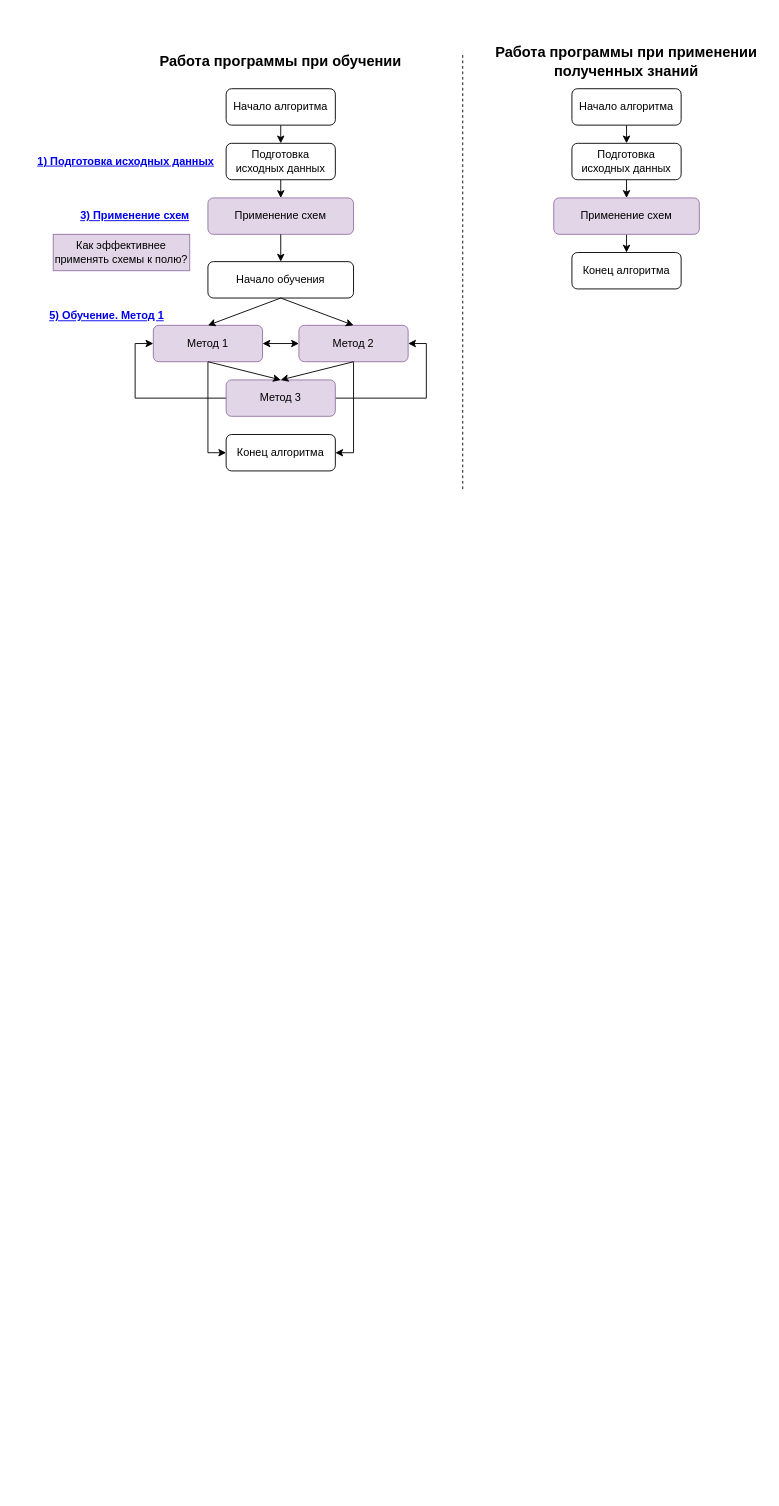
This is page "Блок-схема" (4 of 13) of docs/Сапёр. Описание работы.drawio from xex238/Diploma_2022, a draw.io file, before an edit. Source tidied: cells renumbered, new cells numbered last; positions are measured from the earlier drawing's top-left corner, leaving out a move shared by most shapes. Both pictures are drawn from the tidied source at 91%, with x=0, y=0 at pixel (25, 52).
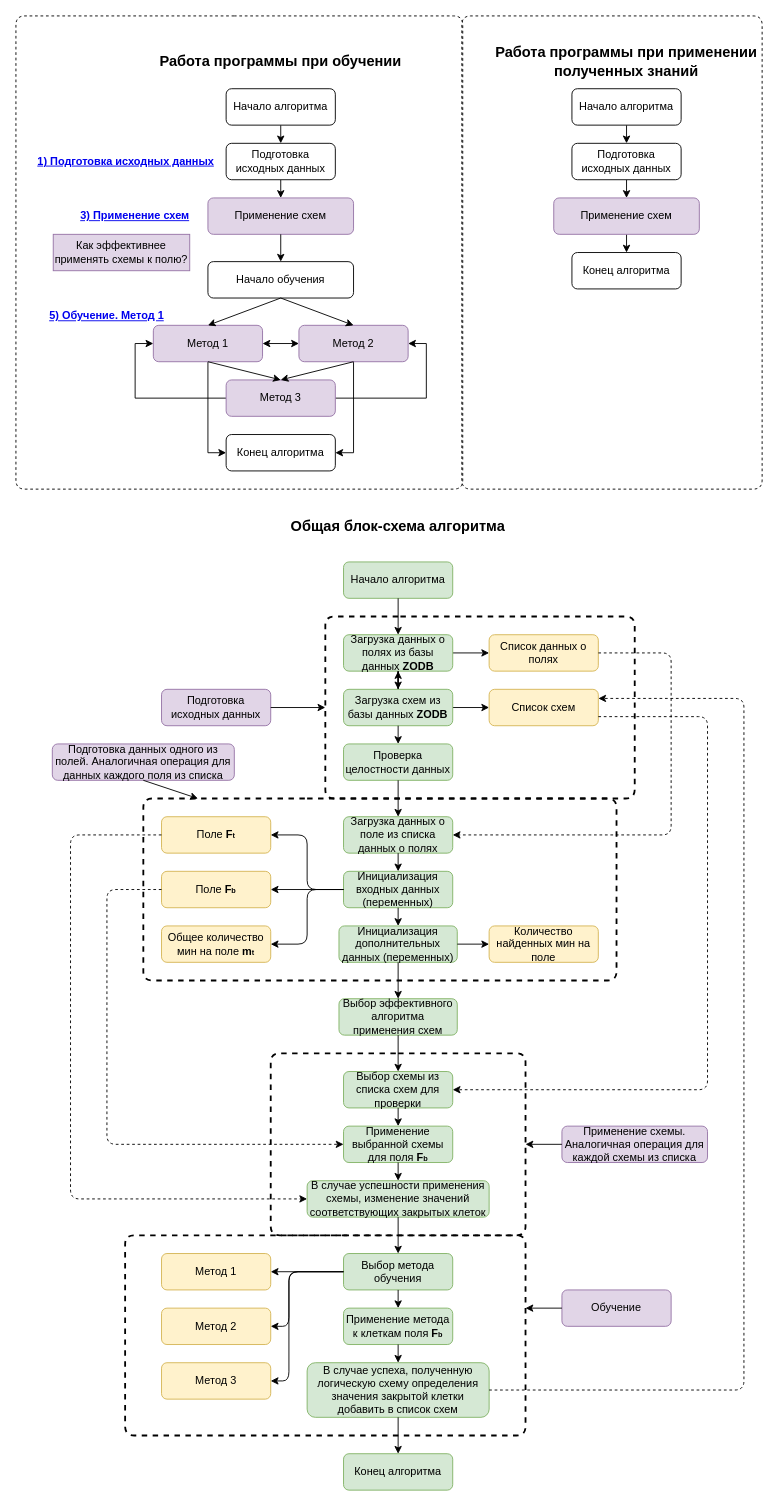
Above is the later version.

Commit message (it also covers changes not shown here):
Обновлены вкладки 'Основные данные' и 'Блок-схема'

The edit, as a diff of the source:
```diff
@@
     <mxCell id="35" style="endArrow=none;html=1;dashed=1;" parent="1" edge="1">
       <mxGeometry relative="1" as="geometry">
-        <mxPoint x="480" y="480" as="sourcePoint" />
-        <mxPoint x="480" as="targetPoint" />
+        <mxPoint x="229" y="-40" as="sourcePoint" />
+        <mxPoint x="229" y="-40" as="targetPoint" />
+        <Array as="points">
+          <mxPoint x="-11" y="-40" />
+          <mxPoint x="-11" y="480" />
+          <mxPoint x="480" y="480" />
+          <mxPoint x="480" y="-40" />
+        </Array>
       </mxGeometry>
     </mxCell>
+    <mxCell id="36" style="endArrow=none;html=1;dashed=1;" parent="1" edge="1">
+      <mxGeometry relative="1" as="geometry">
+        <mxPoint x="719" y="-40" as="sourcePoint" />
+        <mxPoint x="719" y="-40" as="targetPoint" />
+        <Array as="points">
+          <mxPoint x="479" y="-40" />
+          <mxPoint x="479" y="480" />
+          <mxPoint x="809" y="480" />
+          <mxPoint x="809" y="-40" />
+        </Array>
+      </mxGeometry>
+    </mxCell>
+    <mxCell id="37" value="&lt;b&gt;&lt;font style=&quot;font-size: 16px&quot;&gt;Общая блок-схема алгоритма&lt;/font&gt;&lt;/b&gt;" style="text;html=1;strokeColor=none;fillColor=none;align=center;verticalAlign=middle;whiteSpace=wrap;rounded=0;" parent="1" vertex="1">
+      <mxGeometry x="249" y="510" width="320" height="20" as="geometry" />
+    </mxCell>
+    <mxCell id="38" value="Начало алгоритма" style="rounded=1;whiteSpace=wrap;html=1;fillColor=#d5e8d4;strokeColor=#82b366;" parent="1" vertex="1">
+      <mxGeometry x="349" y="560" width="120" height="40" as="geometry" />
+    </mxCell>
+    <mxCell id="39" value="Подготовка исходных данных" style="rounded=1;whiteSpace=wrap;html=1;fillColor=#e1d5e7;strokeColor=#9673a6;" parent="1" vertex="1">
+      <mxGeometry x="149" y="700" width="120" height="40" as="geometry" />
+    </mxCell>
+    <mxCell id="40" style="edgeStyle=orthogonalEdgeStyle;rounded=0;jettySize=auto;html=1;exitX=1;exitY=0.5;exitDx=0;exitDy=0;entryX=0;entryY=0.5;entryDx=0;entryDy=0;" parent="1" edge="1" source="41" target="55">
+      <mxGeometry relative="1" as="geometry" />
+    </mxCell>
+    <mxCell id="41" value="Загрузка данных о полях из базы данных &lt;b&gt;ZODB&lt;/b&gt;" style="rounded=1;whiteSpace=wrap;html=1;fillColor=#d5e8d4;strokeColor=#82b366;" parent="1" vertex="1">
+      <mxGeometry x="349" y="640" width="120" height="40" as="geometry" />
+    </mxCell>
+    <mxCell id="42" style="edgeStyle=orthogonalEdgeStyle;rounded=0;jettySize=auto;html=1;exitX=1;exitY=0.5;exitDx=0;exitDy=0;entryX=0;entryY=0.5;entryDx=0;entryDy=0;" parent="1" edge="1" source="44" target="54">
+      <mxGeometry relative="1" as="geometry" />
+    </mxCell>
+    <mxCell id="43" style="edgeStyle=orthogonalEdgeStyle;rounded=0;jettySize=auto;html=1;strokeWidth=1;" parent="1" edge="1" source="44" target="41">
+      <mxGeometry relative="1" as="geometry" />
+    </mxCell>
+    <mxCell id="44" value="Загрузка схем из базы данных &lt;b&gt;ZODB&lt;/b&gt;" style="rounded=1;whiteSpace=wrap;html=1;fillColor=#d5e8d4;strokeColor=#82b366;" parent="1" vertex="1">
+      <mxGeometry x="349" y="700" width="120" height="40" as="geometry" />
+    </mxCell>
+    <mxCell id="45" value="Проверка целостности данных" style="rounded=1;whiteSpace=wrap;html=1;fillColor=#d5e8d4;strokeColor=#82b366;" parent="1" vertex="1">
+      <mxGeometry x="349" y="760" width="120" height="40" as="geometry" />
+    </mxCell>
+    <mxCell id="46" style="endArrow=none;html=1;dashed=1;strokeWidth=2;" parent="1" edge="1">
+      <mxGeometry relative="1" as="geometry">
+        <mxPoint x="409" y="620" as="sourcePoint" />
+        <mxPoint x="409" y="620" as="targetPoint" />
+        <Array as="points">
+          <mxPoint x="329" y="620" />
+          <mxPoint x="329" y="820" />
+          <mxPoint x="669" y="820" />
+          <mxPoint x="669" y="620" />
+        </Array>
+      </mxGeometry>
+    </mxCell>
+    <mxCell id="47" style="endArrow=classic;html=1;exitX=1;exitY=0.5;exitDx=0;exitDy=0;" parent="1" edge="1" source="39">
+      <mxGeometry relative="1" as="geometry">
+        <mxPoint x="329" y="720" as="targetPoint" />
+      </mxGeometry>
+    </mxCell>
+    <mxCell id="48" style="endArrow=classic;html=1;entryX=0.5;entryY=0;entryDx=0;entryDy=0;exitX=0.5;exitY=1;exitDx=0;exitDy=0;" parent="1" edge="1" source="38" target="41">
+      <mxGeometry relative="1" as="geometry" />
+    </mxCell>
+    <mxCell id="49" style="endArrow=classic;html=1;entryX=0.5;entryY=0;entryDx=0;entryDy=0;exitX=0.5;exitY=1;exitDx=0;exitDy=0;" parent="1" edge="1" source="41" target="44">
+      <mxGeometry relative="1" as="geometry" />
+    </mxCell>
+    <mxCell id="50" style="endArrow=classic;html=1;exitX=0.5;exitY=1;exitDx=0;exitDy=0;entryX=0.5;entryY=0;entryDx=0;entryDy=0;" parent="1" edge="1" source="44" target="45">
+      <mxGeometry relative="1" as="geometry" />
+    </mxCell>
+    <mxCell id="51" value="Выбор эффективного алгоритма применения схем" style="rounded=1;whiteSpace=wrap;html=1;fillColor=#d5e8d4;strokeColor=#82b366;" parent="1" vertex="1">
+      <mxGeometry x="344" y="1040" width="130" height="40" as="geometry" />
+    </mxCell>
+    <mxCell id="52" value="Применение схемы. Аналогичная операция для каждой схемы из списка" style="rounded=1;whiteSpace=wrap;html=1;fillColor=#e1d5e7;strokeColor=#9673a6;" parent="1" vertex="1">
+      <mxGeometry x="589" y="1180" width="160" height="40" as="geometry" />
+    </mxCell>
+    <mxCell id="53" value="Выбор схемы из списка схем для проверки" style="rounded=1;whiteSpace=wrap;html=1;fillColor=#d5e8d4;strokeColor=#82b366;" parent="1" vertex="1">
+      <mxGeometry x="349" y="1120" width="120" height="40" as="geometry" />
+    </mxCell>
+    <mxCell id="54" value="Список схем" style="rounded=1;whiteSpace=wrap;html=1;fillColor=#fff2cc;strokeColor=#d6b656;" parent="1" vertex="1">
+      <mxGeometry x="509" y="700" width="120" height="40" as="geometry" />
+    </mxCell>
+    <mxCell id="55" value="Список данных о полях" style="rounded=1;whiteSpace=wrap;html=1;fillColor=#fff2cc;strokeColor=#d6b656;" parent="1" vertex="1">
+      <mxGeometry x="509" y="640" width="120" height="40" as="geometry" />
+    </mxCell>
+    <mxCell id="56" value="Загрузка данных о поле из списка данных о полях" style="rounded=1;whiteSpace=wrap;html=1;fillColor=#d5e8d4;strokeColor=#82b366;" parent="1" vertex="1">
+      <mxGeometry x="349" y="840" width="120" height="40" as="geometry" />
+    </mxCell>
+    <mxCell id="57" value="Инициализация входных данных (переменных)" style="rounded=1;whiteSpace=wrap;html=1;fillColor=#d5e8d4;strokeColor=#82b366;" parent="1" vertex="1">
+      <mxGeometry x="349" y="900" width="120" height="40" as="geometry" />
+    </mxCell>
+    <mxCell id="58" value="Поле&lt;b&gt; F&lt;font style=&quot;font-size: 8px&quot;&gt;t&lt;/font&gt;&lt;/b&gt;" style="rounded=1;whiteSpace=wrap;html=1;fillColor=#fff2cc;strokeColor=#d6b656;" parent="1" vertex="1">
+      <mxGeometry x="149" y="840" width="120" height="40" as="geometry" />
+    </mxCell>
+    <mxCell id="59" value="Поле&lt;b&gt; F&lt;font style=&quot;font-size: 8px&quot;&gt;b&lt;/font&gt;&lt;/b&gt;" style="rounded=1;whiteSpace=wrap;html=1;fillColor=#fff2cc;strokeColor=#d6b656;" parent="1" vertex="1">
+      <mxGeometry x="149" y="900" width="120" height="40" as="geometry" />
+    </mxCell>
+    <mxCell id="60" value="Общее количество мин на поле&lt;b&gt; m&lt;font style=&quot;font-size: 8px&quot;&gt;t&lt;/font&gt;&lt;/b&gt;" style="rounded=1;whiteSpace=wrap;html=1;fillColor=#fff2cc;strokeColor=#d6b656;" parent="1" vertex="1">
+      <mxGeometry x="149" y="960" width="120" height="40" as="geometry" />
+    </mxCell>
+    <mxCell id="61" style="endArrow=classic;html=1;entryX=1;entryY=0.5;entryDx=0;entryDy=0;exitX=0;exitY=0.5;exitDx=0;exitDy=0;" parent="1" edge="1" source="57" target="58">
+      <mxGeometry relative="1" as="geometry">
+        <Array as="points">
+          <mxPoint x="309" y="920" />
+          <mxPoint x="309" y="860" />
+        </Array>
+      </mxGeometry>
+    </mxCell>
+    <mxCell id="62" style="endArrow=classic;html=1;entryX=1;entryY=0.5;entryDx=0;entryDy=0;exitX=0;exitY=0.5;exitDx=0;exitDy=0;" parent="1" edge="1" source="57" target="59">
+      <mxGeometry relative="1" as="geometry" />
+    </mxCell>
+    <mxCell id="63" style="endArrow=classic;html=1;entryX=1;entryY=0.5;entryDx=0;entryDy=0;exitX=0;exitY=0.5;exitDx=0;exitDy=0;" parent="1" edge="1" source="57" target="60">
+      <mxGeometry relative="1" as="geometry">
+        <Array as="points">
+          <mxPoint x="309" y="920" />
+          <mxPoint x="309" y="980" />
+        </Array>
+      </mxGeometry>
+    </mxCell>
+    <mxCell id="64" style="endArrow=classic;html=1;exitX=0.5;exitY=1;exitDx=0;exitDy=0;entryX=0.5;entryY=0;entryDx=0;entryDy=0;" parent="1" edge="1" source="45" target="56">
+      <mxGeometry relative="1" as="geometry" />
+    </mxCell>
+    <mxCell id="65" style="endArrow=classic;html=1;exitX=0.5;exitY=1;exitDx=0;exitDy=0;entryX=0.5;entryY=0;entryDx=0;entryDy=0;" parent="1" edge="1" source="56" target="57">
+      <mxGeometry relative="1" as="geometry" />
+    </mxCell>
+    <mxCell id="66" style="endArrow=classic;html=1;entryX=1;entryY=0.5;entryDx=0;entryDy=0;exitX=1;exitY=0.5;exitDx=0;exitDy=0;dashed=1;" parent="1" edge="1" source="55" target="56">
+      <mxGeometry relative="1" as="geometry">
+        <Array as="points">
+          <mxPoint x="709" y="660" />
+          <mxPoint x="709" y="860" />
+        </Array>
+      </mxGeometry>
+    </mxCell>
+    <mxCell id="67" value="Инициализация дополнительных данных (переменных)" style="rounded=1;whiteSpace=wrap;html=1;fillColor=#d5e8d4;strokeColor=#82b366;" parent="1" vertex="1">
+      <mxGeometry x="344" y="960" width="130" height="40" as="geometry" />
+    </mxCell>
+    <mxCell id="68" style="endArrow=classic;html=1;exitX=0.5;exitY=1;exitDx=0;exitDy=0;entryX=0.5;entryY=0;entryDx=0;entryDy=0;" parent="1" edge="1" source="57" target="67">
+      <mxGeometry relative="1" as="geometry" />
+    </mxCell>
+    <mxCell id="69" style="endArrow=none;html=1;dashed=1;strokeWidth=2;" parent="1" edge="1">
+      <mxGeometry relative="1" as="geometry">
+        <mxPoint x="309" y="820" as="sourcePoint" />
+        <mxPoint x="309" y="820" as="targetPoint" />
+        <Array as="points">
+          <mxPoint x="649" y="820" />
+          <mxPoint x="649" y="1020" />
+          <mxPoint x="129" y="1020" />
+          <mxPoint x="129" y="820" />
+        </Array>
+      </mxGeometry>
+    </mxCell>
+    <mxCell id="70" value="Подготовка данных одного из полей. Аналогичная операция для данных каждого поля из списка" style="rounded=1;whiteSpace=wrap;html=1;fillColor=#e1d5e7;strokeColor=#9673a6;" parent="1" vertex="1">
+      <mxGeometry x="29" y="760" width="200" height="40" as="geometry" />
+    </mxCell>
+    <mxCell id="71" style="endArrow=classic;html=1;exitX=0.5;exitY=1;exitDx=0;exitDy=0;" parent="1" edge="1" source="70">
+      <mxGeometry relative="1" as="geometry">
+        <mxPoint x="189" y="820" as="targetPoint" />
+      </mxGeometry>
+    </mxCell>
+    <mxCell id="72" value="Применение выбранной схемы для поля &lt;b&gt;F&lt;font style=&quot;font-size: 8px&quot;&gt;b&lt;/font&gt;&lt;/b&gt;" style="rounded=1;whiteSpace=wrap;html=1;fillColor=#d5e8d4;strokeColor=#82b366;" parent="1" vertex="1">
+      <mxGeometry x="349" y="1180" width="120" height="40" as="geometry" />
+    </mxCell>
+    <mxCell id="73" value="В случае успешности применения схемы, изменение значений соответствующих закрытых клеток" style="rounded=1;whiteSpace=wrap;html=1;fillColor=#d5e8d4;strokeColor=#82b366;" parent="1" vertex="1">
+      <mxGeometry x="309" y="1240" width="200" height="40" as="geometry" />
+    </mxCell>
+    <mxCell id="74" style="endArrow=classic;html=1;entryX=1;entryY=0.5;entryDx=0;entryDy=0;exitX=1;exitY=0.75;exitDx=0;exitDy=0;dashed=1;" parent="1" edge="1" source="54" target="53">
+      <mxGeometry relative="1" as="geometry">
+        <Array as="points">
+          <mxPoint x="749" y="730" />
+          <mxPoint x="749" y="1140" />
+        </Array>
+      </mxGeometry>
+    </mxCell>
+    <mxCell id="75" style="endArrow=classic;html=1;dashed=1;entryX=0;entryY=0.5;entryDx=0;entryDy=0;exitX=0;exitY=0.5;exitDx=0;exitDy=0;" parent="1" edge="1" source="59" target="72">
+      <mxGeometry relative="1" as="geometry">
+        <Array as="points">
+          <mxPoint x="89" y="920" />
+          <mxPoint x="89" y="1200" />
+        </Array>
+      </mxGeometry>
+    </mxCell>
+    <mxCell id="76" style="endArrow=none;html=1;dashed=1;strokeWidth=2;" parent="1" edge="1">
+      <mxGeometry relative="1" as="geometry">
+        <mxPoint x="409" y="1100" as="sourcePoint" />
+        <mxPoint x="409" y="1100" as="targetPoint" />
+        <Array as="points">
+          <mxPoint x="549" y="1100" />
+          <mxPoint x="549" y="1300" />
+          <mxPoint x="269" y="1300" />
+          <mxPoint x="269" y="1100" />
+        </Array>
+      </mxGeometry>
+    </mxCell>
+    <mxCell id="77" style="endArrow=classic;html=1;exitX=0;exitY=0.5;exitDx=0;exitDy=0;" parent="1" edge="1" source="52">
+      <mxGeometry relative="1" as="geometry">
+        <mxPoint x="549" y="1200" as="targetPoint" />
+      </mxGeometry>
+    </mxCell>
+    <mxCell id="78" style="endArrow=classic;html=1;entryX=0.5;entryY=0;entryDx=0;entryDy=0;exitX=0.5;exitY=1;exitDx=0;exitDy=0;" parent="1" edge="1" source="67" target="51">
+      <mxGeometry relative="1" as="geometry" />
+    </mxCell>
+    <mxCell id="79" style="endArrow=classic;html=1;entryX=0.5;entryY=0;entryDx=0;entryDy=0;exitX=0.5;exitY=1;exitDx=0;exitDy=0;" parent="1" edge="1" source="51" target="53">
+      <mxGeometry relative="1" as="geometry" />
+    </mxCell>
+    <mxCell id="80" style="endArrow=classic;html=1;entryX=0;entryY=0.5;entryDx=0;entryDy=0;exitX=0;exitY=0.5;exitDx=0;exitDy=0;dashed=1;" parent="1" edge="1" source="58" target="73">
+      <mxGeometry relative="1" as="geometry">
+        <Array as="points">
+          <mxPoint x="49" y="860" />
+          <mxPoint x="49" y="1260" />
+        </Array>
+      </mxGeometry>
+    </mxCell>
+    <mxCell id="81" style="endArrow=classic;html=1;strokeWidth=1;entryX=0.5;entryY=0;entryDx=0;entryDy=0;exitX=0.5;exitY=1;exitDx=0;exitDy=0;" parent="1" edge="1" source="53" target="72">
+      <mxGeometry relative="1" as="geometry" />
+    </mxCell>
+    <mxCell id="82" style="endArrow=classic;html=1;strokeWidth=1;entryX=0.5;entryY=0;entryDx=0;entryDy=0;exitX=0.5;exitY=1;exitDx=0;exitDy=0;" parent="1" edge="1" source="72" target="73">
+      <mxGeometry relative="1" as="geometry" />
+    </mxCell>
+    <mxCell id="83" value="Количество найденных мин на поле" style="rounded=1;whiteSpace=wrap;html=1;fillColor=#fff2cc;strokeColor=#d6b656;" parent="1" vertex="1">
+      <mxGeometry x="509" y="960" width="120" height="40" as="geometry" />
+    </mxCell>
+    <mxCell id="84" style="endArrow=classic;html=1;strokeWidth=1;entryX=0;entryY=0.5;entryDx=0;entryDy=0;exitX=1;exitY=0.5;exitDx=0;exitDy=0;" parent="1" edge="1" source="67" target="83">
+      <mxGeometry relative="1" as="geometry" />
+    </mxCell>
+    <mxCell id="85" value="Выбор метода обучения" style="rounded=1;whiteSpace=wrap;html=1;fillColor=#d5e8d4;strokeColor=#82b366;" parent="1" vertex="1">
+      <mxGeometry x="349" y="1320" width="120" height="40" as="geometry" />
+    </mxCell>
+    <mxCell id="86" value="Метод 1" style="rounded=1;whiteSpace=wrap;html=1;fillColor=#fff2cc;strokeColor=#d6b656;" parent="1" vertex="1">
+      <mxGeometry x="149" y="1320" width="120" height="40" as="geometry" />
+    </mxCell>
+    <mxCell id="87" value="Метод 2" style="rounded=1;whiteSpace=wrap;html=1;fillColor=#fff2cc;strokeColor=#d6b656;" parent="1" vertex="1">
+      <mxGeometry x="149" y="1380" width="120" height="40" as="geometry" />
+    </mxCell>
+    <mxCell id="88" value="Метод 3" style="rounded=1;whiteSpace=wrap;html=1;fillColor=#fff2cc;strokeColor=#d6b656;" parent="1" vertex="1">
+      <mxGeometry x="149" y="1440" width="120" height="40" as="geometry" />
+    </mxCell>
+    <mxCell id="89" value="Применение метода к клеткам поля &lt;b&gt;F&lt;font style=&quot;font-size: 8px&quot;&gt;b&lt;/font&gt;&lt;/b&gt;" style="rounded=1;whiteSpace=wrap;html=1;fillColor=#d5e8d4;strokeColor=#82b366;" parent="1" vertex="1">
+      <mxGeometry x="349" y="1380" width="120" height="40" as="geometry" />
+    </mxCell>
+    <mxCell id="90" value="В случае успеха, полученную логическую схему определения значения закрытой клетки добавить в список схем" style="rounded=1;whiteSpace=wrap;html=1;fillColor=#d5e8d4;strokeColor=#82b366;" parent="1" vertex="1">
+      <mxGeometry x="309" y="1440" width="200" height="60" as="geometry" />
+    </mxCell>
+    <mxCell id="91" value="Конец алгоритма" style="rounded=1;whiteSpace=wrap;html=1;fillColor=#d5e8d4;strokeColor=#82b366;" parent="1" vertex="1">
+      <mxGeometry x="349" y="1540" width="120" height="40" as="geometry" />
+    </mxCell>
+    <mxCell id="92" style="endArrow=classic;html=1;strokeWidth=1;entryX=0.5;entryY=0;entryDx=0;entryDy=0;exitX=0.5;exitY=1;exitDx=0;exitDy=0;" parent="1" edge="1" source="73" target="85">
+      <mxGeometry relative="1" as="geometry" />
+    </mxCell>
+    <mxCell id="93" style="endArrow=classic;html=1;strokeWidth=1;entryX=0.5;entryY=0;entryDx=0;entryDy=0;exitX=0.5;exitY=1;exitDx=0;exitDy=0;" parent="1" edge="1" source="85" target="89">
+      <mxGeometry relative="1" as="geometry" />
+    </mxCell>
+    <mxCell id="94" style="endArrow=classic;html=1;strokeWidth=1;entryX=0.5;entryY=0;entryDx=0;entryDy=0;exitX=0.5;exitY=1;exitDx=0;exitDy=0;" parent="1" edge="1" source="89" target="90">
+      <mxGeometry relative="1" as="geometry" />
+    </mxCell>
+    <mxCell id="95" style="endArrow=classic;html=1;strokeWidth=1;entryX=0.5;entryY=0;entryDx=0;entryDy=0;exitX=0.5;exitY=1;exitDx=0;exitDy=0;" parent="1" edge="1" source="90" target="91">
+      <mxGeometry relative="1" as="geometry" />
+    </mxCell>
+    <mxCell id="96" style="endArrow=classic;html=1;strokeWidth=1;entryX=1;entryY=0.5;entryDx=0;entryDy=0;exitX=0;exitY=0.5;exitDx=0;exitDy=0;" parent="1" edge="1" source="85" target="88">
+      <mxGeometry relative="1" as="geometry">
+        <Array as="points">
+          <mxPoint x="289" y="1340" />
+          <mxPoint x="289" y="1460" />
+        </Array>
+      </mxGeometry>
+    </mxCell>
+    <mxCell id="97" style="endArrow=classic;html=1;strokeWidth=1;entryX=1;entryY=0.5;entryDx=0;entryDy=0;exitX=0;exitY=0.5;exitDx=0;exitDy=0;" parent="1" edge="1" source="85" target="87">
+      <mxGeometry relative="1" as="geometry">
+        <Array as="points">
+          <mxPoint x="289" y="1340" />
+          <mxPoint x="289" y="1400" />
+        </Array>
+      </mxGeometry>
+    </mxCell>
+    <mxCell id="98" style="endArrow=classic;html=1;strokeWidth=1;entryX=1;entryY=0.5;entryDx=0;entryDy=0;exitX=0;exitY=0.5;exitDx=0;exitDy=0;" parent="1" edge="1" source="85" target="86">
+      <mxGeometry relative="1" as="geometry" />
+    </mxCell>
+    <mxCell id="99" style="endArrow=classic;html=1;strokeWidth=1;exitX=1;exitY=0.5;exitDx=0;exitDy=0;entryX=1;entryY=0.25;entryDx=0;entryDy=0;dashed=1;" parent="1" edge="1" source="90" target="54">
+      <mxGeometry relative="1" as="geometry">
+        <Array as="points">
+          <mxPoint x="789" y="1470" />
+          <mxPoint x="789" y="710" />
+        </Array>
+      </mxGeometry>
+    </mxCell>
+    <mxCell id="100" style="endArrow=none;html=1;dashed=1;strokeWidth=2;" parent="1" edge="1">
+      <mxGeometry relative="1" as="geometry">
+        <mxPoint x="349" y="1300" as="sourcePoint" />
+        <mxPoint x="349" y="1300" as="targetPoint" />
+        <Array as="points">
+          <mxPoint x="549" y="1300" />
+          <mxPoint x="549" y="1520" />
+          <mxPoint x="109" y="1520" />
+          <mxPoint x="109" y="1300" />
+        </Array>
+      </mxGeometry>
+    </mxCell>
+    <mxCell id="101" value="Обучение" style="rounded=1;whiteSpace=wrap;html=1;fillColor=#e1d5e7;strokeColor=#9673a6;" parent="1" vertex="1">
+      <mxGeometry x="589" y="1360" width="120" height="40" as="geometry" />
+    </mxCell>
+    <mxCell id="102" style="endArrow=classic;html=1;strokeWidth=1;exitX=0;exitY=0.5;exitDx=0;exitDy=0;" parent="1" edge="1" source="101">
+      <mxGeometry relative="1" as="geometry">
+        <mxPoint x="549" y="1380" as="targetPoint" />
+      </mxGeometry>
+    </mxCell>
```
